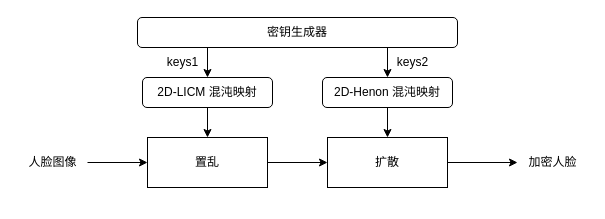
Above: page "加密" (5 of 5) of face-chain/facechain.drawio in FadingLight9291117/draw.io (draw.io), before the change. Source tidied: cells renumbered, new cells numbered last; positions are measured from the earlier drawing's top-left corner, leaving out a move shared by most shapes. Both pictures are drawn from the tidied source at 100%, with x=0, y=0 at pixel (17, 17). Pictures stored in the file or linked from it are replaced by grey dashed boxes.
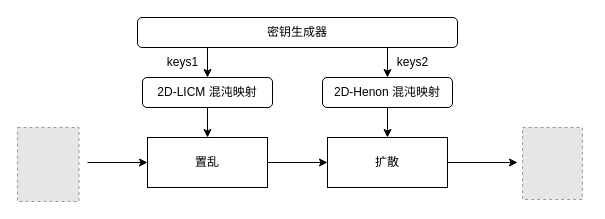
The same page after the edit.

The edit, as a diff of the source:
```diff
@@
+    <mxCell id="18" style="fillColor=#E6E6E6;strokeColor=#999999;dashed=1;verticalLabelPosition=bottom;labelBackgroundColor=default;verticalAlign=top;" parent="1" vertex="1">
+      <mxGeometry y="110" width="61.5" height="74" as="geometry" />
+    </mxCell>
+    <mxCell id="19" style="fillColor=#E6E6E6;strokeColor=#999999;dashed=1;verticalLabelPosition=bottom;labelBackgroundColor=default;verticalAlign=top;" parent="1" vertex="1">
+      <mxGeometry x="505.1" y="110" width="59.8" height="72" as="geometry" />
+    </mxCell>
```
